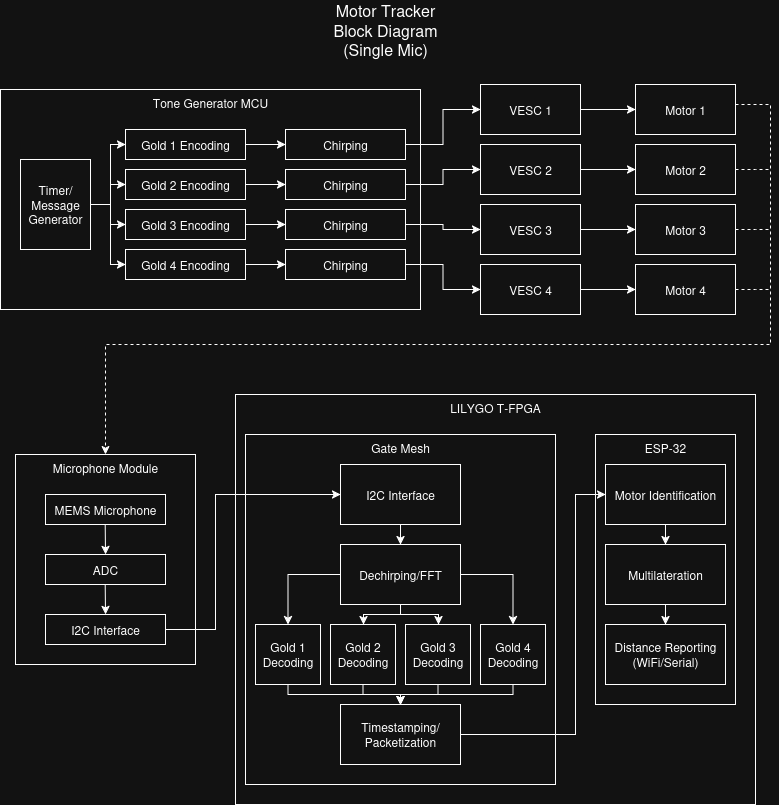
This is single-mic.drawio.png from dakotawinslow/motor-tracking, a draw.io export, as it was before one commit. Source tidied: cells renumbered, new cells last; positions are measured from the earlier drawing's top-left corner, leaving out a move shared by most shapes.
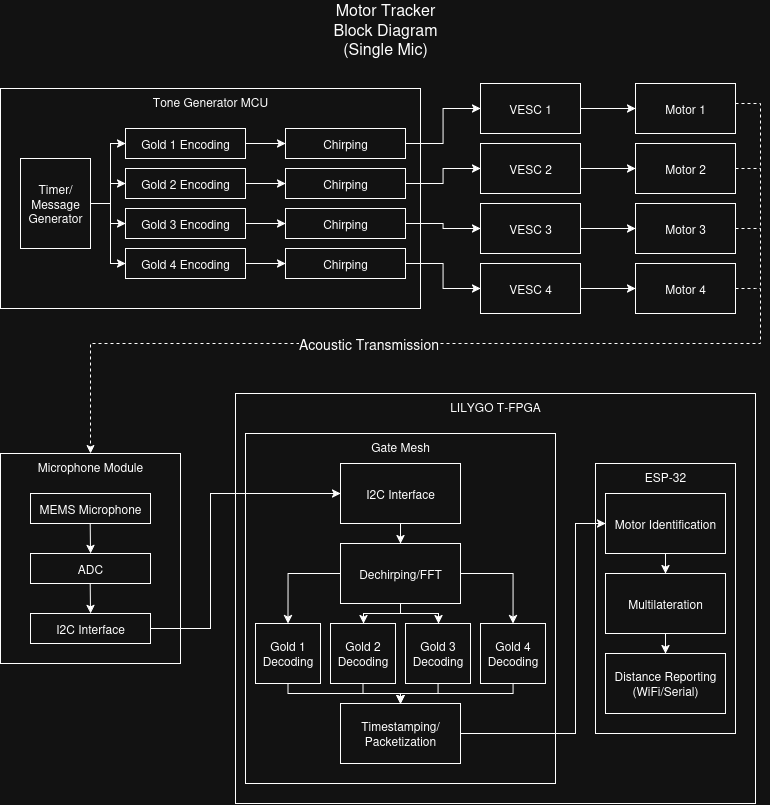
After the commit.

The edit, as a diff of the source:
```diff
@@ -9,17 +9,17 @@
       <mxGeometry x="325" width="120" height="30" as="geometry" />
     </mxCell>
     <mxCell id="4" value="Microphone Module" style="rounded=0;whiteSpace=wrap;html=1;verticalAlign=top;" parent="1" vertex="1">
-      <mxGeometry x="15" y="440" width="180" height="210" as="geometry" />
+      <mxGeometry y="440" width="180" height="210" as="geometry" />
     </mxCell>
     <mxCell id="5" value="MEMS Microphone" style="rounded=0;whiteSpace=wrap;html=1;" parent="1" vertex="1">
-      <mxGeometry x="45" y="480" width="120" height="30" as="geometry" />
+      <mxGeometry x="30" y="480" width="120" height="30" as="geometry" />
     </mxCell>
     <mxCell id="6" value="ADC" style="rounded=0;whiteSpace=wrap;html=1;" parent="1" vertex="1">
-      <mxGeometry x="45" y="540" width="120" height="30" as="geometry" />
+      <mxGeometry x="30" y="540" width="120" height="30" as="geometry" />
     </mxCell>
     <mxCell id="7" style="endArrow=classic;html=1;rounded=0;entryX=0.5;entryY=0;entryDx=0;entryDy=0;" parent="1" edge="1" target="6">
       <mxGeometry relative="1" as="geometry">
-        <mxPoint x="104.7" y="510" as="sourcePoint" />
+        <mxPoint x="89.7" y="510" as="sourcePoint" />
       </mxGeometry>
     </mxCell>
     <mxCell id="8" value="Gate Mesh" style="rounded=0;whiteSpace=wrap;html=1;verticalAlign=top;" parent="1" vertex="1">
@@ -28,17 +28,17 @@
     <mxCell id="9" style="edgeStyle=orthogonalEdgeStyle;rounded=0;jettySize=auto;html=1;entryX=0;entryY=0.5;entryDx=0;entryDy=0;" parent="1" edge="1" source="10" target="13">
       <mxGeometry relative="1" as="geometry">
         <Array as="points">
-          <mxPoint x="215" y="615" />
-          <mxPoint x="215" y="480" />
+          <mxPoint x="210" y="615" />
+          <mxPoint x="210" y="480" />
         </Array>
       </mxGeometry>
     </mxCell>
     <mxCell id="10" value="&lt;div&gt;I2C Interface&lt;/div&gt;" style="rounded=0;whiteSpace=wrap;html=1;" parent="1" vertex="1">
-      <mxGeometry x="45" y="600" width="120" height="30" as="geometry" />
+      <mxGeometry x="30" y="600" width="120" height="30" as="geometry" />
     </mxCell>
     <mxCell id="11" style="endArrow=classic;html=1;rounded=0;entryX=0.5;entryY=0;entryDx=0;entryDy=0;" parent="1" edge="1" target="10">
       <mxGeometry relative="1" as="geometry">
-        <mxPoint x="104.7" y="570" as="sourcePoint" />
+        <mxPoint x="89.7" y="570" as="sourcePoint" />
       </mxGeometry>
     </mxCell>
     <mxCell id="12" style="edgeStyle=orthogonalEdgeStyle;rounded=0;jettySize=auto;html=1;" parent="1" edge="1" source="13" target="18">
@@ -84,19 +84,19 @@
       <mxGeometry x="255" y="610" width="65" height="60" as="geometry" />
     </mxCell>
     <mxCell id="21" value="&lt;div&gt;ESP-32&lt;/div&gt;" style="rounded=0;whiteSpace=wrap;html=1;verticalAlign=top;" parent="1" vertex="1">
-      <mxGeometry x="595" y="420" width="140" height="270" as="geometry" />
+      <mxGeometry x="595" y="450" width="140" height="270" as="geometry" />
     </mxCell>
     <mxCell id="22" style="edgeStyle=orthogonalEdgeStyle;rounded=0;jettySize=auto;html=1;" parent="1" edge="1" source="23" target="27">
       <mxGeometry relative="1" as="geometry" />
     </mxCell>
     <mxCell id="23" value="Motor Identification" style="rounded=0;whiteSpace=wrap;html=1;" parent="1" vertex="1">
-      <mxGeometry x="605" y="450" width="120" height="60" as="geometry" />
+      <mxGeometry x="605" y="480" width="120" height="60" as="geometry" />
     </mxCell>
     <mxCell id="24" style="edgeStyle=orthogonalEdgeStyle;rounded=0;jettySize=auto;html=1;" parent="1" edge="1" source="25" target="23">
       <mxGeometry relative="1" as="geometry">
         <Array as="points">
           <mxPoint x="575" y="720" />
-          <mxPoint x="575" y="480" />
+          <mxPoint x="575" y="510" />
         </Array>
       </mxGeometry>
     </mxCell>
@@ -107,10 +107,10 @@
       <mxGeometry relative="1" as="geometry" />
     </mxCell>
     <mxCell id="27" value="&lt;div&gt;Multilateration&lt;/div&gt;" style="rounded=0;whiteSpace=wrap;html=1;" parent="1" vertex="1">
-      <mxGeometry x="605" y="530" width="120" height="60" as="geometry" />
+      <mxGeometry x="605" y="560" width="120" height="60" as="geometry" />
     </mxCell>
     <mxCell id="28" value="&lt;div&gt;Distance Reporting (WiFi/Serial)&lt;/div&gt;" style="rounded=0;whiteSpace=wrap;html=1;" parent="1" vertex="1">
-      <mxGeometry x="605" y="610" width="120" height="60" as="geometry" />
+      <mxGeometry x="605" y="640" width="120" height="60" as="geometry" />
     </mxCell>
     <mxCell id="29" style="edgeStyle=orthogonalEdgeStyle;rounded=0;jettySize=auto;html=1;" parent="1" edge="1" source="30" target="25">
       <mxGeometry relative="1" as="geometry">
@@ -238,18 +238,26 @@
     <mxCell id="65" style="edgeStyle=orthogonalEdgeStyle;rounded=0;jettySize=auto;html=1;dashed=1;" parent="1" edge="1" source="66" target="4">
       <mxGeometry relative="1" as="geometry">
         <Array as="points">
-          <mxPoint x="770" y="90" />
-          <mxPoint x="770" y="330" />
-          <mxPoint x="105" y="330" />
+          <mxPoint x="760" y="90" />
+          <mxPoint x="760" y="330" />
+          <mxPoint x="90" y="330" />
         </Array>
       </mxGeometry>
     </mxCell>
+    <mxCell id="73" value="&lt;font style=&quot;font-size: 14px;&quot;&gt;Acoustic Transmission&lt;/font&gt;" style="edgeLabel;html=1;align=center;verticalAlign=middle;" parent="65" vertex="1">
+      <mxGeometry x="0.02" y="-1" relative="1" as="geometry">
+        <mxPoint x="-126" as="offset" />
+      </mxGeometry>
+    </mxCell>
     <mxCell id="66" value="Motor 1" style="rounded=0;whiteSpace=wrap;html=1;" parent="1" vertex="1">
       <mxGeometry x="635" y="70" width="100" height="50" as="geometry" />
     </mxCell>
     <mxCell id="67" style="edgeStyle=orthogonalEdgeStyle;rounded=0;jettySize=auto;html=1;dashed=1;endArrow=none;endFill=0;" parent="1" edge="1" source="68">
       <mxGeometry relative="1" as="geometry">
-        <mxPoint x="770" y="155" as="targetPoint" />
+        <mxPoint x="760" y="160" as="targetPoint" />
+        <Array as="points">
+          <mxPoint x="760" y="155" />
+        </Array>
       </mxGeometry>
     </mxCell>
     <mxCell id="68" value="Motor 2" style="rounded=0;whiteSpace=wrap;html=1;" parent="1" vertex="1">
@@ -257,7 +265,10 @@
     </mxCell>
     <mxCell id="69" style="edgeStyle=orthogonalEdgeStyle;rounded=0;jettySize=auto;html=1;endArrow=none;endFill=0;dashed=1;" parent="1" edge="1" source="70">
       <mxGeometry relative="1" as="geometry">
-        <mxPoint x="770" y="215" as="targetPoint" />
+        <mxPoint x="760" y="220" as="targetPoint" />
+        <Array as="points">
+          <mxPoint x="760" y="215" />
+        </Array>
       </mxGeometry>
     </mxCell>
     <mxCell id="70" value="Motor 3" style="rounded=0;whiteSpace=wrap;html=1;" parent="1" vertex="1">
@@ -265,7 +276,7 @@
     </mxCell>
     <mxCell id="71" style="edgeStyle=orthogonalEdgeStyle;rounded=0;jettySize=auto;html=1;dashed=1;endArrow=none;endFill=0;" parent="1" edge="1" source="72">
       <mxGeometry relative="1" as="geometry">
-        <mxPoint x="770" y="275" as="targetPoint" />
+        <mxPoint x="760" y="275" as="targetPoint" />
       </mxGeometry>
     </mxCell>
     <mxCell id="72" value="&lt;div&gt;Motor 4&lt;/div&gt;" style="rounded=0;whiteSpace=wrap;html=1;" parent="1" vertex="1">
```
